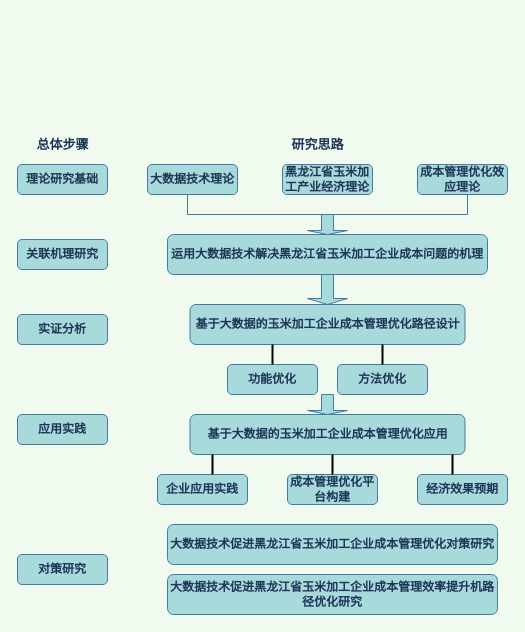
leohlgctzby/lianxi-redux keeps this draw.io diagram as Untitled Diagram.drawio. Above is the earlier version. Source tidied: cells renumbered, new cells numbered last; positions are measured from the earlier drawing's top-left corner, leaving out a move shared by most shapes. Both pictures are drawn from the tidied source at 100%, with x=0, y=0 at pixel (17, 24).
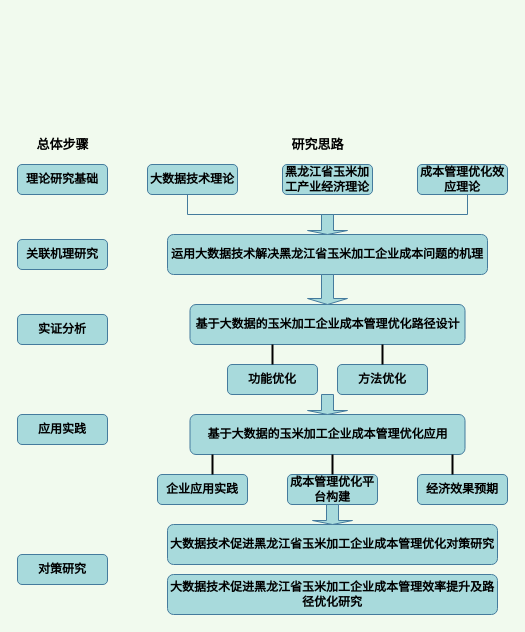
The same diagram, later.

Diff of the diagram source:
```diff
@@
-    <mxCell id="2" value="&lt;b&gt;运用大数据技术解决黑龙江省玉米加工企业成本问题的机理&lt;/b&gt;" style="rounded=1;whiteSpace=wrap;html=1;fillColor=#A8DADC;strokeColor=#457B9D;fontColor=#1D3557;" parent="1" vertex="1">
+    <mxCell id="2" value="&lt;b&gt;运用大数据技术解决黑龙江省玉米加工企业成本问题的机理&lt;/b&gt;" style="rounded=1;whiteSpace=wrap;html=1;fillColor=#A8DADC;strokeColor=#457B9D;" parent="1" vertex="1">
       <mxGeometry x="150" y="210" width="320" height="40" as="geometry" />
     </mxCell>
-    <mxCell id="3" style="edgeStyle=none;rounded=0;orthogonalLoop=1;jettySize=auto;html=1;exitX=0.5;exitY=1;exitDx=0;exitDy=0;labelBackgroundColor=#F1FAEE;strokeColor=#457B9D;fontColor=#1D3557;" parent="1" edge="1">
+    <mxCell id="3" style="edgeStyle=none;rounded=0;orthogonalLoop=1;jettySize=auto;html=1;exitX=0.5;exitY=1;exitDx=0;exitDy=0;labelBackgroundColor=#F1FAEE;strokeColor=#457B9D;" parent="1" edge="1">
       <mxGeometry relative="1" as="geometry">
         <mxPoint x="140" y="40" as="sourcePoint" />
         <mxPoint x="140" y="40" as="targetPoint" />
       </mxGeometry>
     </mxCell>
-    <mxCell id="4" style="edgeStyle=none;rounded=0;orthogonalLoop=1;jettySize=auto;html=1;exitX=0.5;exitY=0;exitDx=0;exitDy=0;labelBackgroundColor=#F1FAEE;strokeColor=#457B9D;fontColor=#1D3557;" parent="1" edge="1">
+    <mxCell id="4" style="edgeStyle=none;rounded=0;orthogonalLoop=1;jettySize=auto;html=1;exitX=0.5;exitY=0;exitDx=0;exitDy=0;labelBackgroundColor=#F1FAEE;strokeColor=#457B9D;" parent="1" edge="1">
       <mxGeometry relative="1" as="geometry">
         <mxPoint x="140" as="sourcePoint" />
         <mxPoint x="140" as="targetPoint" />
       </mxGeometry>
     </mxCell>
-    <mxCell id="5" style="edgeStyle=none;rounded=0;orthogonalLoop=1;jettySize=auto;html=1;exitX=0.5;exitY=1;exitDx=0;exitDy=0;labelBackgroundColor=#F1FAEE;strokeColor=#457B9D;fontColor=#1D3557;" parent="1" edge="1" source="2" target="2">
+    <mxCell id="5" style="edgeStyle=none;rounded=0;orthogonalLoop=1;jettySize=auto;html=1;exitX=0.5;exitY=1;exitDx=0;exitDy=0;labelBackgroundColor=#F1FAEE;strokeColor=#457B9D;" parent="1" edge="1" source="2" target="2">
       <mxGeometry relative="1" as="geometry" />
     </mxCell>
-    <mxCell id="6" style="edgeStyle=none;rounded=0;orthogonalLoop=1;jettySize=auto;html=1;exitX=0.5;exitY=0;exitDx=0;exitDy=0;labelBackgroundColor=#F1FAEE;strokeColor=#457B9D;fontColor=#1D3557;" parent="1" edge="1" source="2" target="2">
+    <mxCell id="6" style="edgeStyle=none;rounded=0;orthogonalLoop=1;jettySize=auto;html=1;exitX=0.5;exitY=0;exitDx=0;exitDy=0;labelBackgroundColor=#F1FAEE;strokeColor=#457B9D;" parent="1" edge="1" source="2" target="2">
       <mxGeometry relative="1" as="geometry" />
     </mxCell>
-    <mxCell id="7" value="&lt;b&gt;基于大数据的玉米加工企业成本管理优化路径设计&lt;/b&gt;" style="rounded=1;whiteSpace=wrap;html=1;fillColor=#A8DADC;strokeColor=#457B9D;fontColor=#1D3557;" parent="1" vertex="1">
+    <mxCell id="7" value="&lt;b&gt;基于大数据的玉米加工企业成本管理优化路径设计&lt;/b&gt;" style="rounded=1;whiteSpace=wrap;html=1;fillColor=#A8DADC;strokeColor=#457B9D;" parent="1" vertex="1">
       <mxGeometry x="172.5" y="280" width="275" height="40" as="geometry" />
     </mxCell>
-    <mxCell id="8" style="edgeStyle=orthogonalEdgeStyle;curved=0;rounded=1;sketch=0;orthogonalLoop=1;jettySize=auto;html=1;exitX=0.5;exitY=1;exitDx=0;exitDy=0;fontColor=#1D3557;strokeColor=#457B9D;fillColor=#A8DADC;" parent="1" edge="1" source="2" target="2">
+    <mxCell id="8" style="edgeStyle=orthogonalEdgeStyle;curved=0;rounded=1;sketch=0;orthogonalLoop=1;jettySize=auto;html=1;exitX=0.5;exitY=1;exitDx=0;exitDy=0;strokeColor=#457B9D;fillColor=#A8DADC;" parent="1" edge="1" source="2" target="2">
       <mxGeometry relative="1" as="geometry" />
     </mxCell>
-    <mxCell id="9" style="edgeStyle=orthogonalEdgeStyle;curved=0;rounded=1;sketch=0;orthogonalLoop=1;jettySize=auto;html=1;exitX=0.5;exitY=1;exitDx=0;exitDy=0;fontColor=#1D3557;strokeColor=#457B9D;fillColor=#A8DADC;" parent="1" edge="1">
+    <mxCell id="9" style="edgeStyle=orthogonalEdgeStyle;curved=0;rounded=1;sketch=0;orthogonalLoop=1;jettySize=auto;html=1;exitX=0.5;exitY=1;exitDx=0;exitDy=0;strokeColor=#457B9D;fillColor=#A8DADC;" parent="1" edge="1">
       <mxGeometry relative="1" as="geometry">
         <mxPoint x="140" y="40" as="sourcePoint" />
         <mxPoint x="140" y="40" as="targetPoint" />
       </mxGeometry>
     </mxCell>
-    <mxCell id="10" value="&lt;b&gt;功能优化&lt;/b&gt;" style="rounded=1;whiteSpace=wrap;html=1;sketch=0;fontColor=#1D3557;strokeColor=#457B9D;fillColor=#A8DADC;" parent="1" vertex="1">
+    <mxCell id="10" value="&lt;b&gt;功能优化&lt;/b&gt;" style="rounded=1;whiteSpace=wrap;html=1;sketch=0;strokeColor=#457B9D;fillColor=#A8DADC;" parent="1" vertex="1">
       <mxGeometry x="210" y="340" width="90" height="30" as="geometry" />
     </mxCell>
-    <mxCell id="11" value="&lt;b&gt;方法优化&lt;/b&gt;" style="rounded=1;whiteSpace=wrap;html=1;sketch=0;fontColor=#1D3557;strokeColor=#457B9D;fillColor=#A8DADC;" parent="1" vertex="1">
+    <mxCell id="11" value="&lt;b&gt;方法优化&lt;/b&gt;" style="rounded=1;whiteSpace=wrap;html=1;sketch=0;strokeColor=#457B9D;fillColor=#A8DADC;" parent="1" vertex="1">
       <mxGeometry x="320" y="340" width="90" height="30" as="geometry" />
     </mxCell>
-    <mxCell id="12" value="&lt;b&gt;基于大数据的玉米加工企业成本管理优化应用&lt;/b&gt;" style="rounded=1;whiteSpace=wrap;html=1;fillColor=#A8DADC;strokeColor=#457B9D;fontColor=#1D3557;" parent="1" vertex="1">
+    <mxCell id="12" value="&lt;b&gt;基于大数据的玉米加工企业成本管理优化应用&lt;/b&gt;" style="rounded=1;whiteSpace=wrap;html=1;fillColor=#A8DADC;strokeColor=#457B9D;" parent="1" vertex="1">
       <mxGeometry x="172.5" y="390" width="275" height="40" as="geometry" />
     </mxCell>
-    <mxCell id="13" value="&lt;b&gt;企业应用实践&lt;/b&gt;" style="rounded=1;whiteSpace=wrap;html=1;sketch=0;fontColor=#1D3557;strokeColor=#457B9D;fillColor=#A8DADC;" parent="1" vertex="1">
+    <mxCell id="13" value="&lt;b&gt;企业应用实践&lt;/b&gt;" style="rounded=1;whiteSpace=wrap;html=1;sketch=0;strokeColor=#457B9D;fillColor=#A8DADC;" parent="1" vertex="1">
       <mxGeometry x="140" y="450" width="90" height="30" as="geometry" />
     </mxCell>
-    <mxCell id="14" value="&lt;b&gt;成本管理优化平台构建&lt;/b&gt;" style="rounded=1;whiteSpace=wrap;html=1;sketch=0;fontColor=#1D3557;strokeColor=#457B9D;fillColor=#A8DADC;" parent="1" vertex="1">
+    <mxCell id="14" value="&lt;b&gt;成本管理优化平台构建&lt;/b&gt;" style="rounded=1;whiteSpace=wrap;html=1;sketch=0;strokeColor=#457B9D;fillColor=#A8DADC;" parent="1" vertex="1">
       <mxGeometry x="270" y="450" width="90" height="30" as="geometry" />
     </mxCell>
-    <mxCell id="15" value="&lt;b&gt;经济效果预期&lt;/b&gt;" style="rounded=1;whiteSpace=wrap;html=1;sketch=0;fontColor=#1D3557;strokeColor=#457B9D;fillColor=#A8DADC;" parent="1" vertex="1">
+    <mxCell id="15" value="&lt;b&gt;经济效果预期&lt;/b&gt;" style="rounded=1;whiteSpace=wrap;html=1;sketch=0;strokeColor=#457B9D;fillColor=#A8DADC;" parent="1" vertex="1">
       <mxGeometry x="400" y="450" width="90" height="30" as="geometry" />
     </mxCell>
-    <mxCell id="16" value="&lt;b&gt;大数据技术促进黑龙江省玉米加工企业成本管理优化对策研究&lt;/b&gt;" style="rounded=1;whiteSpace=wrap;html=1;fillColor=#A8DADC;strokeColor=#457B9D;fontColor=#1D3557;" parent="1" vertex="1">
+    <mxCell id="16" value="&lt;b&gt;大数据技术促进黑龙江省玉米加工企业成本管理优化对策研究&lt;/b&gt;" style="rounded=1;whiteSpace=wrap;html=1;fillColor=#A8DADC;strokeColor=#457B9D;" parent="1" vertex="1">
       <mxGeometry x="150" y="500" width="330" height="40" as="geometry" />
     </mxCell>
-    <mxCell id="17" value="&lt;b&gt;大数据技术促进黑龙江省玉米加工企业成本管理效率提升机路径优化研究&lt;/b&gt;" style="rounded=1;whiteSpace=wrap;html=1;fillColor=#A8DADC;strokeColor=#457B9D;fontColor=#1D3557;" parent="1" vertex="1">
+    <mxCell id="17" value="&lt;b&gt;大数据技术促进黑龙江省玉米加工企业成本管理效率提升及路径优化研究&lt;/b&gt;" style="rounded=1;whiteSpace=wrap;html=1;fillColor=#A8DADC;strokeColor=#457B9D;" parent="1" vertex="1">
       <mxGeometry x="150" y="550" width="330" height="40" as="geometry" />
     </mxCell>
-    <mxCell id="18" value="&lt;b&gt;大数据技术理论&lt;/b&gt;" style="rounded=1;whiteSpace=wrap;html=1;sketch=0;fontColor=#1D3557;strokeColor=#457B9D;fillColor=#A8DADC;" parent="1" vertex="1">
+    <mxCell id="18" value="&lt;b&gt;大数据技术理论&lt;/b&gt;" style="rounded=1;whiteSpace=wrap;html=1;sketch=0;strokeColor=#457B9D;fillColor=#A8DADC;" parent="1" vertex="1">
       <mxGeometry x="130" y="140" width="90" height="30" as="geometry" />
     </mxCell>
-    <mxCell id="19" value="&lt;b&gt;黑龙江省玉米加工产业经济理论&lt;/b&gt;" style="rounded=1;whiteSpace=wrap;html=1;sketch=0;fontColor=#1D3557;strokeColor=#457B9D;fillColor=#A8DADC;" parent="1" vertex="1">
+    <mxCell id="19" value="&lt;b&gt;黑龙江省玉米加工产业经济理论&lt;/b&gt;" style="rounded=1;whiteSpace=wrap;html=1;sketch=0;strokeColor=#457B9D;fillColor=#A8DADC;" parent="1" vertex="1">
       <mxGeometry x="265" y="140" width="90" height="30" as="geometry" />
     </mxCell>
-    <mxCell id="20" value="&lt;b&gt;成本管理优化效应理论&lt;/b&gt;" style="rounded=1;whiteSpace=wrap;html=1;sketch=0;fontColor=#1D3557;strokeColor=#457B9D;fillColor=#A8DADC;" parent="1" vertex="1">
+    <mxCell id="20" value="&lt;b&gt;成本管理优化效应理论&lt;/b&gt;" style="rounded=1;whiteSpace=wrap;html=1;sketch=0;strokeColor=#457B9D;fillColor=#A8DADC;" parent="1" vertex="1">
       <mxGeometry x="400" y="140" width="90" height="30" as="geometry" />
     </mxCell>
-    <mxCell id="21" style="edgeStyle=orthogonalEdgeStyle;curved=0;rounded=1;sketch=0;orthogonalLoop=1;jettySize=auto;html=1;exitX=0.5;exitY=1;exitDx=0;exitDy=0;fontColor=#1D3557;strokeColor=#457B9D;fillColor=#A8DADC;" parent="1" edge="1">
+    <mxCell id="21" style="edgeStyle=orthogonalEdgeStyle;curved=0;rounded=1;sketch=0;orthogonalLoop=1;jettySize=auto;html=1;exitX=0.5;exitY=1;exitDx=0;exitDy=0;strokeColor=#457B9D;fillColor=#A8DADC;" parent="1" edge="1">
       <mxGeometry relative="1" as="geometry">
         <mxPoint x="300" y="80" as="sourcePoint" />
         <mxPoint x="300" y="80" as="targetPoint" />
       </mxGeometry>
     </mxCell>
-    <mxCell id="22" value="&lt;b&gt;理论研究基础&lt;/b&gt;" style="rounded=1;whiteSpace=wrap;html=1;sketch=0;fontColor=#1D3557;strokeColor=#457B9D;fillColor=#A8DADC;" parent="1" vertex="1">
+    <mxCell id="22" value="&lt;b&gt;理论研究基础&lt;/b&gt;" style="rounded=1;whiteSpace=wrap;html=1;sketch=0;strokeColor=#457B9D;fillColor=#A8DADC;" parent="1" vertex="1">
       <mxGeometry y="140" width="90" height="30" as="geometry" />
     </mxCell>
-    <mxCell id="23" value="&lt;b&gt;关联机理研究&lt;/b&gt;" style="rounded=1;whiteSpace=wrap;html=1;sketch=0;fontColor=#1D3557;strokeColor=#457B9D;fillColor=#A8DADC;" parent="1" vertex="1">
+    <mxCell id="23" value="&lt;b&gt;关联机理研究&lt;/b&gt;" style="rounded=1;whiteSpace=wrap;html=1;sketch=0;strokeColor=#457B9D;fillColor=#A8DADC;" parent="1" vertex="1">
       <mxGeometry y="215" width="90" height="30" as="geometry" />
     </mxCell>
-    <mxCell id="24" value="&lt;b&gt;实证分析&lt;/b&gt;" style="rounded=1;whiteSpace=wrap;html=1;sketch=0;fontColor=#1D3557;strokeColor=#457B9D;fillColor=#A8DADC;" parent="1" vertex="1">
+    <mxCell id="24" value="&lt;b&gt;实证分析&lt;/b&gt;" style="rounded=1;whiteSpace=wrap;html=1;sketch=0;strokeColor=#457B9D;fillColor=#A8DADC;" parent="1" vertex="1">
       <mxGeometry y="290" width="90" height="30" as="geometry" />
     </mxCell>
-    <mxCell id="25" value="&lt;b&gt;应用实践&lt;/b&gt;" style="rounded=1;whiteSpace=wrap;html=1;sketch=0;fontColor=#1D3557;strokeColor=#457B9D;fillColor=#A8DADC;" parent="1" vertex="1">
+    <mxCell id="25" value="&lt;b&gt;应用实践&lt;/b&gt;" style="rounded=1;whiteSpace=wrap;html=1;sketch=0;strokeColor=#457B9D;fillColor=#A8DADC;" parent="1" vertex="1">
       <mxGeometry y="390" width="90" height="30" as="geometry" />
     </mxCell>
-    <mxCell id="26" value="&lt;b&gt;对策研究&lt;/b&gt;" style="rounded=1;whiteSpace=wrap;html=1;sketch=0;fontColor=#1D3557;strokeColor=#457B9D;fillColor=#A8DADC;" parent="1" vertex="1">
+    <mxCell id="26" value="&lt;b&gt;对策研究&lt;/b&gt;" style="rounded=1;whiteSpace=wrap;html=1;sketch=0;strokeColor=#457B9D;fillColor=#A8DADC;" parent="1" vertex="1">
       <mxGeometry y="530" width="90" height="30" as="geometry" />
     </mxCell>
-    <mxCell id="27" style="shape=partialRectangle;whiteSpace=wrap;html=1;bottom=1;right=1;left=1;top=0;fillColor=none;routingCenterX=-0.5;rounded=0;sketch=0;fontColor=#1D3557;strokeColor=#457B9D;" parent="1" vertex="1">
+    <mxCell id="27" style="shape=partialRectangle;whiteSpace=wrap;html=1;bottom=1;right=1;left=1;top=0;fillColor=none;routingCenterX=-0.5;rounded=0;sketch=0;strokeColor=#457B9D;" parent="1" vertex="1">
       <mxGeometry x="170" y="170" width="280" height="20" as="geometry" />
     </mxCell>
-    <mxCell id="28" style="shape=singleArrow;direction=south;whiteSpace=wrap;html=1;rounded=0;sketch=0;fontColor=#1D3557;strokeColor=#457B9D;fillColor=#A8DADC;" parent="1" vertex="1">
+    <mxCell id="28" style="shape=singleArrow;direction=south;whiteSpace=wrap;html=1;rounded=0;sketch=0;strokeColor=#457B9D;fillColor=#A8DADC;" parent="1" vertex="1">
       <mxGeometry x="290" y="190" width="40" height="20" as="geometry" />
     </mxCell>
-    <mxCell id="29" style="edgeStyle=orthogonalEdgeStyle;curved=0;rounded=1;sketch=0;orthogonalLoop=1;jettySize=auto;html=1;exitX=1;exitY=0.5;exitDx=0;exitDy=0;exitPerimeter=0;fontColor=#1D3557;strokeColor=#457B9D;fillColor=#A8DADC;" parent="1" edge="1" source="28" target="28">
+    <mxCell id="29" style="edgeStyle=orthogonalEdgeStyle;curved=0;rounded=1;sketch=0;orthogonalLoop=1;jettySize=auto;html=1;exitX=1;exitY=0.5;exitDx=0;exitDy=0;exitPerimeter=0;strokeColor=#457B9D;fillColor=#A8DADC;" parent="1" edge="1" source="28" target="28">
       <mxGeometry relative="1" as="geometry" />
     </mxCell>
-    <mxCell id="30" style="shape=singleArrow;direction=south;whiteSpace=wrap;html=1;rounded=0;sketch=0;fontColor=#1D3557;strokeColor=#457B9D;fillColor=#A8DADC;" parent="1" vertex="1">
+    <mxCell id="30" style="shape=singleArrow;direction=south;whiteSpace=wrap;html=1;rounded=0;sketch=0;strokeColor=#457B9D;fillColor=#A8DADC;" parent="1" vertex="1">
       <mxGeometry x="290" y="250" width="40" height="30" as="geometry" />
     </mxCell>
-    <mxCell id="31" style="line;strokeWidth=2;direction=south;html=1;rounded=0;sketch=0;fontColor=#1D3557;fillColor=#A8DADC;" parent="1" vertex="1">
+    <mxCell id="31" style="line;strokeWidth=2;direction=south;html=1;rounded=0;sketch=0;fillColor=#A8DADC;" parent="1" vertex="1">
       <mxGeometry x="250" y="320" width="10" height="20" as="geometry" />
     </mxCell>
-    <mxCell id="32" style="line;strokeWidth=2;direction=south;html=1;rounded=0;sketch=0;fontColor=#1D3557;fillColor=#A8DADC;" parent="1" vertex="1">
+    <mxCell id="32" style="line;strokeWidth=2;direction=south;html=1;rounded=0;sketch=0;fillColor=#A8DADC;" parent="1" vertex="1">
       <mxGeometry x="360" y="320" width="10" height="20" as="geometry" />
     </mxCell>
-    <mxCell id="33" style="shape=singleArrow;direction=south;whiteSpace=wrap;html=1;rounded=0;sketch=0;fontColor=#1D3557;strokeColor=#457B9D;fillColor=#A8DADC;" parent="1" vertex="1">
+    <mxCell id="33" style="shape=singleArrow;direction=south;whiteSpace=wrap;html=1;rounded=0;sketch=0;strokeColor=#457B9D;fillColor=#A8DADC;" parent="1" vertex="1">
       <mxGeometry x="290" y="370" width="40" height="20" as="geometry" />
     </mxCell>
-    <mxCell id="34" style="line;strokeWidth=2;direction=south;html=1;rounded=0;sketch=0;fontColor=#1D3557;fillColor=#A8DADC;" parent="1" vertex="1">
+    <mxCell id="34" style="line;strokeWidth=2;direction=south;html=1;rounded=0;sketch=0;fillColor=#A8DADC;" parent="1" vertex="1">
       <mxGeometry x="190" y="430" width="10" height="20" as="geometry" />
     </mxCell>
-    <mxCell id="35" style="line;strokeWidth=2;direction=south;html=1;rounded=0;sketch=0;fontColor=#1D3557;fillColor=#A8DADC;" parent="1" vertex="1">
+    <mxCell id="35" style="line;strokeWidth=2;direction=south;html=1;rounded=0;sketch=0;fillColor=#A8DADC;" parent="1" vertex="1">
       <mxGeometry x="310" y="430" width="10" height="20" as="geometry" />
     </mxCell>
-    <mxCell id="36" style="line;strokeWidth=2;direction=south;html=1;rounded=0;sketch=0;fontColor=#1D3557;fillColor=#A8DADC;" parent="1" vertex="1">
+    <mxCell id="36" style="line;strokeWidth=2;direction=south;html=1;rounded=0;sketch=0;fillColor=#A8DADC;" parent="1" vertex="1">
       <mxGeometry x="430" y="430" width="10" height="20" as="geometry" />
     </mxCell>
-    <mxCell id="37" value="&lt;b&gt;&lt;font style=&quot;font-size: 13px&quot;&gt;总体步骤&lt;/font&gt;&lt;/b&gt;" style="text;html=1;align=center;verticalAlign=middle;strokeColor=none;fontColor=#1D3557;" parent="1" vertex="1">
+    <mxCell id="37" value="&lt;b&gt;&lt;font style=&quot;font-size: 13px&quot;&gt;总体步骤&lt;/font&gt;&lt;/b&gt;" style="text;html=1;align=center;verticalAlign=middle;strokeColor=none;" parent="1" vertex="1">
       <mxGeometry x="10" y="110" width="70" height="20" as="geometry" />
     </mxCell>
-    <mxCell id="38" value="&lt;b&gt;&lt;font style=&quot;font-size: 13px&quot;&gt;研究思路&lt;/font&gt;&lt;/b&gt;" style="text;html=1;align=center;verticalAlign=middle;strokeColor=none;fontColor=#1D3557;" parent="1" vertex="1">
+    <mxCell id="38" value="&lt;b&gt;&lt;font style=&quot;font-size: 13px&quot;&gt;研究思路&lt;/font&gt;&lt;/b&gt;" style="text;html=1;align=center;verticalAlign=middle;strokeColor=none;" parent="1" vertex="1">
       <mxGeometry x="265" y="110" width="70" height="20" as="geometry" />
     </mxCell>
+    <mxCell id="39" style="shape=singleArrow;direction=south;whiteSpace=wrap;html=1;rounded=0;sketch=0;strokeColor=#457B9D;fillColor=#A8DADC;" parent="1" vertex="1">
+      <mxGeometry x="295" y="480" width="40" height="20" as="geometry" />
+    </mxCell>
```
